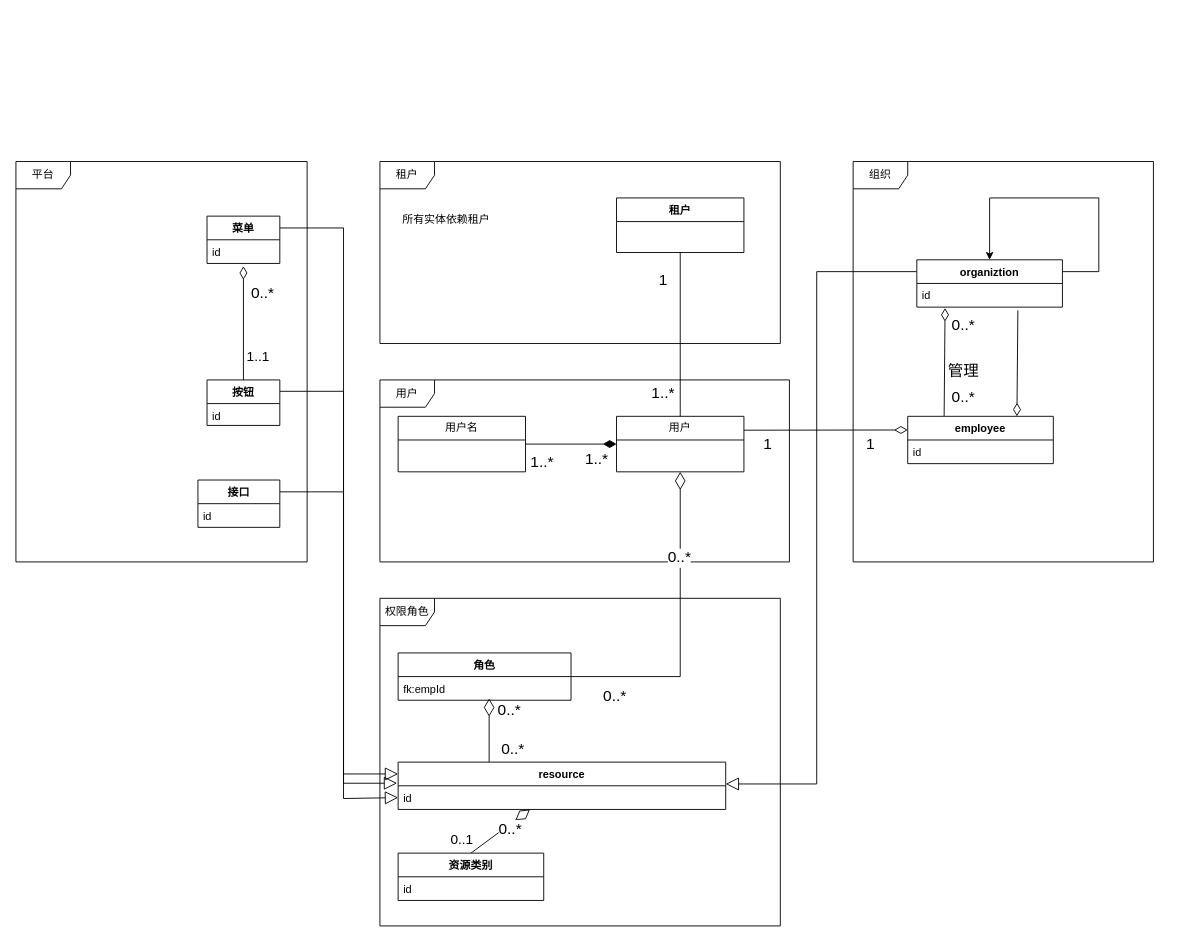
githubli97/ark keeps this draw.io diagram as 未命名绘图.drawio. Above is the earlier version. Source tidied: cells renumbered, new cells numbered last; positions are measured from the earlier drawing's top-left corner, leaving out a move shared by most shapes. Both pictures are drawn from the tidied source at 91%, with x=0, y=0 at pixel (15, 161).
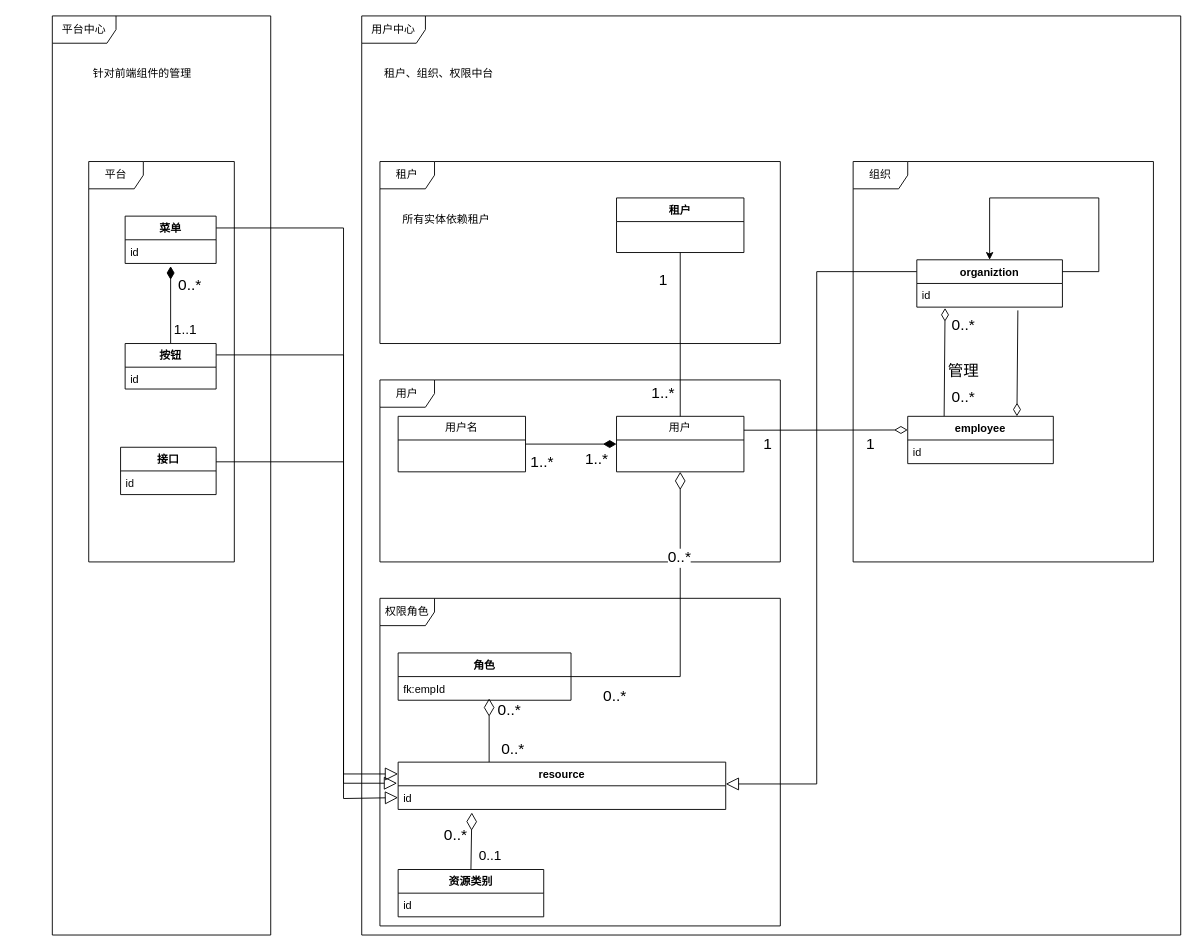
Above is the later version.

The change refers to these unchanged cells:
```xml
<mxCell id="33" value="resource" style="swimlane;fontStyle=1;align=center;verticalAlign=top;horizontal=1;startSize=26;whiteSpace=wrap;html=1;" parent="1" vertex="1">
  <mxGeometry x="420" y="660" width="360" height="52" as="geometry" />
</mxCell>
<mxCell id="34" value="id" style="text;strokeColor=none;fillColor=none;align=left;verticalAlign=top;spacingLeft=4;spacingRight=4;overflow=hidden;points=[[0,0.5],[1,0.5]];portConstraint=eastwest;whiteSpace=wrap;html=1;" parent="33" vertex="1">
  <mxGeometry y="26" width="360" height="26" as="geometry" />
</mxCell>
```

What changed in the source:
```diff
@@
     <mxCell id="16" value="用户" style="shape=umlFrame;whiteSpace=wrap;html=1;" parent="1" vertex="1">
-      <mxGeometry x="400" y="240" width="450" height="200" as="geometry" />
+      <mxGeometry x="400" y="240" width="440" height="200" as="geometry" />
     </mxCell>
@@
-    <mxCell id="39" style="rounded=0;jettySize=auto;html=1;exitX=0.5;exitY=0;exitDx=0;exitDy=0;endArrow=diamondThin;endFill=0;endSize=17;" parent="1" edge="1" source="42" target="33">
+    <mxCell id="39" style="rounded=0;jettySize=auto;html=1;exitX=0.5;exitY=0;exitDx=0;exitDy=0;endArrow=diamondThin;endFill=0;endSize=17;entryX=0.225;entryY=1.131;entryDx=0;entryDy=0;entryPerimeter=0;" parent="1" edge="1" source="42" target="34">
       <mxGeometry relative="1" as="geometry" />
     </mxCell>
@@
     <mxCell id="41" value="&lt;font style=&quot;font-size: 15px;&quot;&gt;0..1&lt;/font&gt;" style="edgeLabel;html=1;align=center;verticalAlign=middle;" parent="39" vertex="1">
       <mxGeometry x="-0.71" y="3" relative="1" as="geometry">
-        <mxPoint x="-18" y="-7" as="offset" />
+        <mxPoint x="23" y="-7" as="offset" />
       </mxGeometry>
     </mxCell>
     <mxCell id="42" value="资源类别" style="swimlane;fontStyle=1;align=center;verticalAlign=top;horizontal=1;startSize=26;whiteSpace=wrap;html=1;" parent="1" vertex="1">
-      <mxGeometry x="420" y="760" width="160" height="52" as="geometry" />
+      <mxGeometry x="420" y="778" width="160" height="52" as="geometry" />
     </mxCell>
@@
     <mxCell id="45" value="菜单" style="swimlane;fontStyle=1;align=center;verticalAlign=top;horizontal=1;startSize=26;whiteSpace=wrap;html=1;" parent="1" vertex="1">
-      <mxGeometry x="210" y="60" width="80" height="52" as="geometry" />
+      <mxGeometry x="120" y="60" width="100" height="52" as="geometry" />
     </mxCell>
     <mxCell id="46" value="id" style="text;strokeColor=none;fillColor=none;align=left;verticalAlign=top;spacingLeft=4;spacingRight=4;overflow=hidden;points=[[0,0.5],[1,0.5]];portConstraint=eastwest;whiteSpace=wrap;html=1;" parent="45" vertex="1">
-      <mxGeometry y="26" width="80" height="26" as="geometry" />
+      <mxGeometry y="26" width="100" height="26" as="geometry" />
     </mxCell>
     <mxCell id="47" value="平台" style="shape=umlFrame;whiteSpace=wrap;html=1;" parent="1" vertex="1">
-      <mxGeometry width="320" height="440" as="geometry" />
+      <mxGeometry x="80" width="160" height="440" as="geometry" />
     </mxCell>
     <mxCell id="48" style="edgeStyle=orthogonalEdgeStyle;rounded=0;jettySize=auto;html=1;exitX=1;exitY=0.25;exitDx=0;exitDy=0;entryX=-0.003;entryY=-0.108;entryDx=0;entryDy=0;endArrow=block;endFill=0;endSize=12;entryPerimeter=0;" parent="1" edge="1" source="49" target="34">
       <mxGeometry relative="1" as="geometry">
         <Array as="points">
-          <mxPoint x="360" y="363" />
+          <mxPoint x="205" y="330" />
+          <mxPoint x="360" y="330" />
           <mxPoint x="360" y="683" />
         </Array>
       </mxGeometry>
     </mxCell>
     <mxCell id="49" value="接口" style="swimlane;fontStyle=1;align=center;verticalAlign=top;horizontal=1;startSize=26;whiteSpace=wrap;html=1;" parent="1" vertex="1">
-      <mxGeometry x="200" y="350" width="90" height="52" as="geometry" />
+      <mxGeometry x="115" y="314" width="105" height="52" as="geometry" />
     </mxCell>
     <mxCell id="50" value="id" style="text;strokeColor=none;fillColor=none;align=left;verticalAlign=top;spacingLeft=4;spacingRight=4;overflow=hidden;whiteSpace=wrap;html=1;" parent="49" vertex="1">
-      <mxGeometry y="26" width="90" height="26" as="geometry" />
+      <mxGeometry y="26" width="105" height="26" as="geometry" />
     </mxCell>
-    <mxCell id="51" style="rounded=0;jettySize=auto;html=1;exitX=0.5;exitY=0;exitDx=0;exitDy=0;entryX=0.5;entryY=1.115;entryDx=0;entryDy=0;entryPerimeter=0;endArrow=diamondThin;endFill=0;endSize=12;" parent="1" edge="1" source="55" target="46">
+    <mxCell id="51" style="rounded=0;jettySize=auto;html=1;exitX=0.5;exitY=0;exitDx=0;exitDy=0;entryX=0.5;entryY=1.115;entryDx=0;entryDy=0;entryPerimeter=0;endArrow=diamondThin;endFill=1;endSize=12;" parent="1" edge="1" source="55" target="46">
       <mxGeometry relative="1" as="geometry" />
     </mxCell>
@@
     <mxCell id="54" style="rounded=0;jettySize=auto;html=1;exitX=1;exitY=0.25;exitDx=0;exitDy=0;entryX=0;entryY=0.25;entryDx=0;entryDy=0;endArrow=block;endFill=0;endSize=12;edgeStyle=orthogonalEdgeStyle;" parent="1" edge="1" source="55" target="33">
       <mxGeometry relative="1" as="geometry">
         <Array as="points">
-          <mxPoint x="360" y="253" />
+          <mxPoint x="360" y="213" />
           <mxPoint x="360" y="673" />
         </Array>
       </mxGeometry>
     </mxCell>
     <mxCell id="55" value="按钮" style="swimlane;fontStyle=1;align=center;verticalAlign=top;horizontal=1;startSize=26;whiteSpace=wrap;html=1;" parent="1" vertex="1">
-      <mxGeometry x="210" y="240" width="80" height="50" as="geometry" />
+      <mxGeometry x="120" y="200" width="100" height="50" as="geometry" />
     </mxCell>
     <mxCell id="56" value="id" style="text;strokeColor=none;fillColor=none;align=left;verticalAlign=top;spacingLeft=4;spacingRight=4;overflow=hidden;whiteSpace=wrap;html=1;" parent="55" vertex="1">
-      <mxGeometry y="26" width="80" height="24" as="geometry" />
+      <mxGeometry y="26" width="100" height="24" as="geometry" />
     </mxCell>
@@
+    <mxCell id="58" value="用户中心" style="shape=umlFrame;whiteSpace=wrap;html=1;width=70;height=30;" parent="1" vertex="1">
+      <mxGeometry x="380" y="-160" width="900" height="1010" as="geometry" />
+    </mxCell>
+    <mxCell id="59" value="平台中心" style="shape=umlFrame;whiteSpace=wrap;html=1;width=70;height=30;" parent="1" vertex="1">
+      <mxGeometry x="40" y="-160" width="240" height="1010" as="geometry" />
+    </mxCell>
+    <mxCell id="60" value="&lt;h1&gt;&lt;span style=&quot;background-color: initial; font-size: 12px; font-weight: normal;&quot;&gt;租户、组织、权限中台&lt;/span&gt;&lt;br&gt;&lt;/h1&gt;" style="text;html=1;strokeColor=none;fillColor=none;spacing=5;spacingTop=-20;whiteSpace=wrap;overflow=hidden;rounded=0;" parent="1" vertex="1">
+      <mxGeometry x="400" y="-120" width="195" height="80" as="geometry" />
+    </mxCell>
+    <mxCell id="61" value="&lt;h1&gt;&lt;span style=&quot;background-color: initial; font-size: 12px; font-weight: normal;&quot;&gt;针对前端组件的管理&lt;/span&gt;&lt;br&gt;&lt;/h1&gt;" style="text;html=1;strokeColor=none;fillColor=none;spacing=5;spacingTop=-20;whiteSpace=wrap;overflow=hidden;rounded=0;" parent="1" vertex="1">
+      <mxGeometry x="80" y="-120" width="195" height="80" as="geometry" />
+    </mxCell>
```
